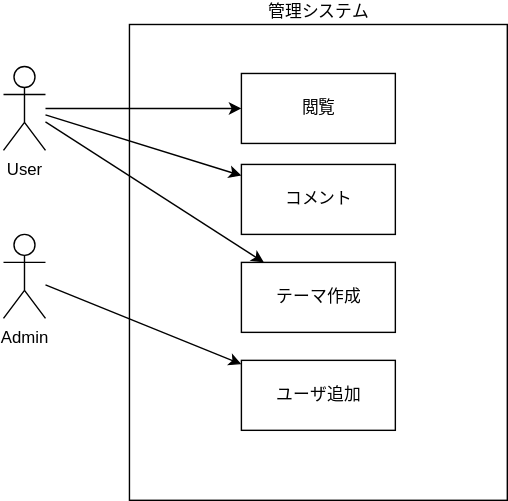
The draw.io diagram docs/images/usecase.drawio.svg in octop162/markdown-design-docs-sample, before a commit. Source tidied: cells renumbered, new cells last; positions are measured from the earlier drawing's top-left corner, leaving out a move shared by most shapes.
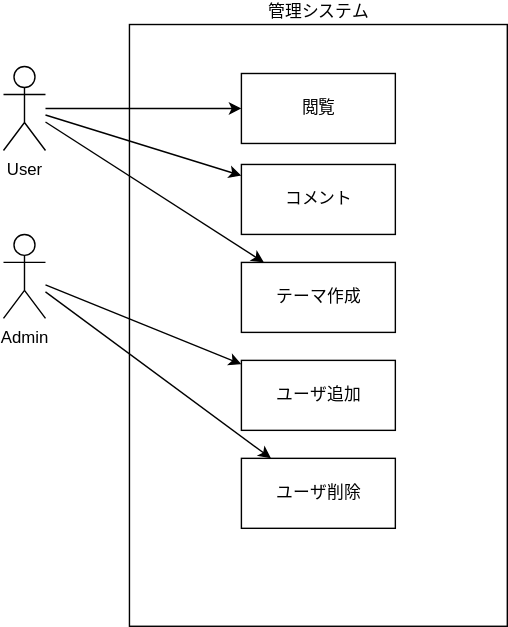
Above is the later version.

The edit, as a diff of the source:
```diff
@@ -3,7 +3,7 @@
     <mxCell id="0" />
     <mxCell id="1" parent="0" />
     <mxCell id="2" value="管理システム" style="html=1;labelPosition=center;verticalLabelPosition=top;align=center;verticalAlign=bottom;" parent="1" vertex="1">
-      <mxGeometry x="90" width="270" height="340" as="geometry" />
+      <mxGeometry x="90" width="270" height="430" as="geometry" />
     </mxCell>
     <mxCell id="3" style="edgeStyle=none;html=1;" parent="1" edge="1" source="6" target="9">
       <mxGeometry relative="1" as="geometry" />
@@ -20,6 +20,9 @@
     <mxCell id="7" style="edgeStyle=none;html=1;" parent="1" edge="1" source="8" target="12">
       <mxGeometry relative="1" as="geometry" />
     </mxCell>
+    <mxCell id="13" style="edgeStyle=none;html=1;" parent="1" edge="1" source="8" target="14">
+      <mxGeometry relative="1" as="geometry" />
+    </mxCell>
     <mxCell id="8" value="Admin" style="shape=umlActor;verticalLabelPosition=bottom;verticalAlign=top;html=1;" parent="1" vertex="1">
       <mxGeometry y="150" width="30" height="60" as="geometry" />
     </mxCell>
@@ -35,5 +38,8 @@
     <mxCell id="12" value="ユーザ追加" style="html=1;" parent="1" vertex="1">
       <mxGeometry x="170" y="240" width="110" height="50" as="geometry" />
     </mxCell>
+    <mxCell id="14" value="ユーザ削除" style="html=1;" parent="1" vertex="1">
+      <mxGeometry x="170" y="310" width="110" height="50" as="geometry" />
+    </mxCell>
   </root>
 </mxGraphModel>
```
